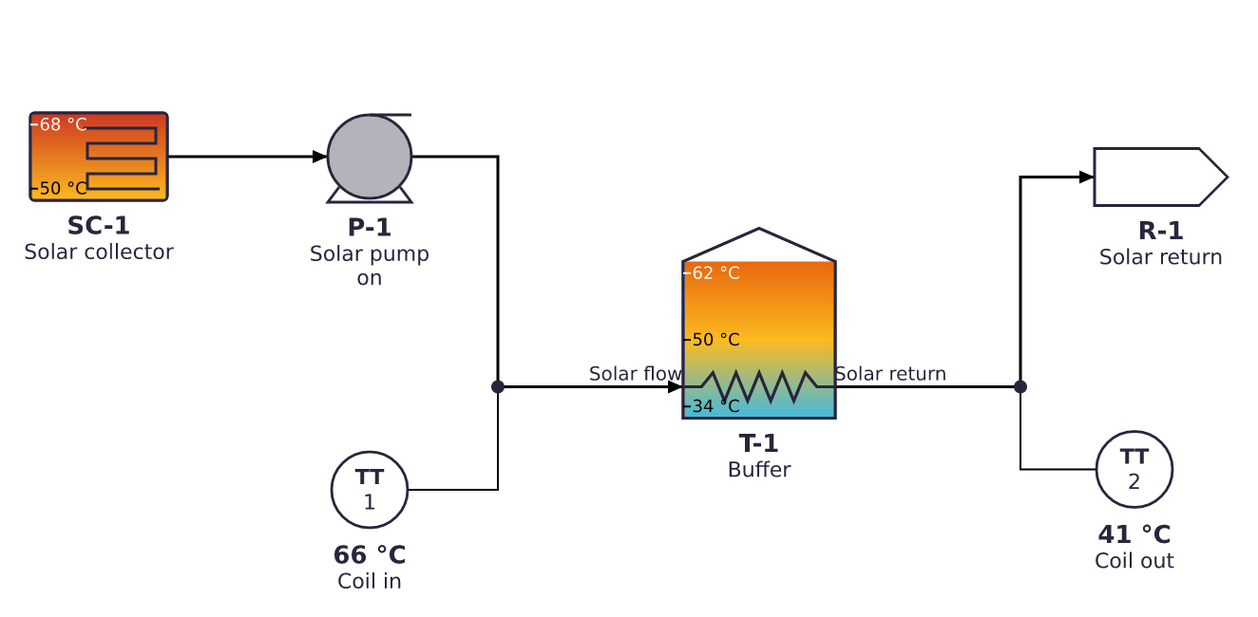
This is docs/images/coil-ends.png from NdS-Research-Facilities/pid, a Mermaid export, as it was before one commit. Its source is kept beside it as examples/coil-ends.mmd. Its diagram source:
```mermaid
pid LR
  title Temperatures at both ends of a coil
  SC-1: collector "Solar collector"
  gradient SC-1 68 °C, 50 °C
  P-1: pump "Solar pump" = on
  R-1: product "Solar return"
  T-1: tank "Buffer"
  coil T-1 bottom "Solar coil" in "Solar flow" out "Solar return"
  gradient T-1 62 °C, 50 °C, 34 °C
  TT-1: instrument "Coil in" = 66 °C
  TT-2: instrument "Coil out" = 41 °C

  SC-1 --> P-1 --> T-1.coil1
  T-1.coil1 --> R-1
  TT-1 --- T-1.coil1.in
  T-1.coil1.out --- TT-2
```
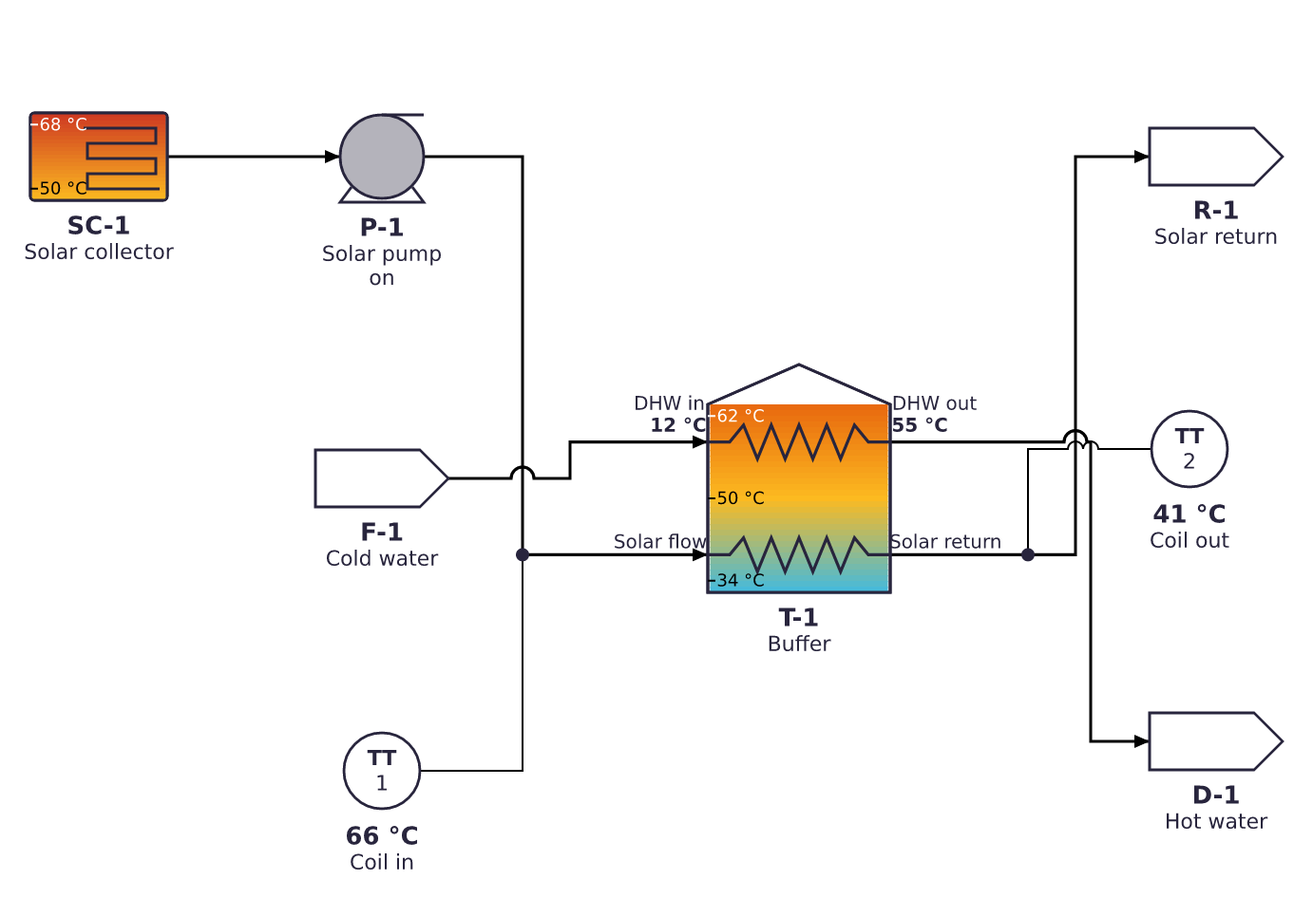
The same file after the commit.

Commit message:
Readings at coil ends and nozzles

What changed in the source:
```diff
@@ -1,16 +1,23 @@
 pid LR
-  title Temperatures at both ends of a coil
+  title Temperatures at the coil ends: probes and readings
   SC-1: collector "Solar collector"
   gradient SC-1 68 °C, 50 °C
   P-1: pump "Solar pump" = on
   R-1: product "Solar return"
+  F-1: feed "Cold water"
+  D-1: product "Hot water"
   T-1: tank "Buffer"
   coil T-1 bottom "Solar coil" in "Solar flow" out "Solar return"
+  coil T-1 top "Hot water coil" in "DHW in" out "DHW out"
   gradient T-1 62 °C, 50 °C, 34 °C
   TT-1: instrument "Coil in" = 66 °C
   TT-2: instrument "Coil out" = 41 °C
+  T-1.coil2.in = 12 °C
+  T-1.coil2.out = 55 °C
 
   SC-1 --> P-1 --> T-1.coil1
   T-1.coil1 --> R-1
   TT-1 --- T-1.coil1.in
   T-1.coil1.out --- TT-2
+  F-1 --> T-1.coil2
+  T-1.coil2 --> D-1
```
